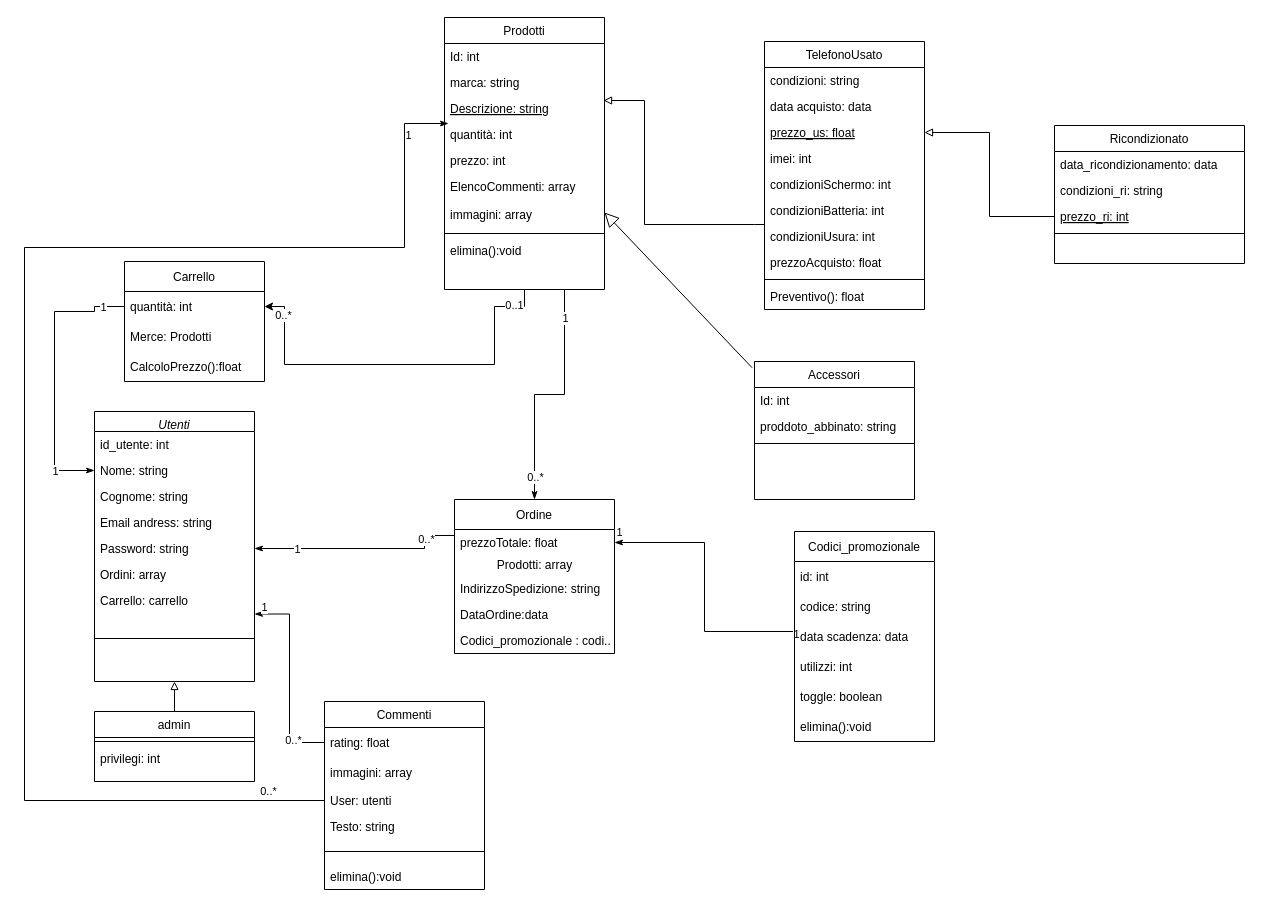
The draw.io diagram PearShop.drawio in doublep21/PearShop, before the edit. Source tidied: cells renumbered, new cells numbered last; positions are measured from the earlier drawing's top-left corner, leaving out a move shared by most shapes. Both pictures are drawn from the tidied source at 100%, with x=0, y=0 at pixel (24, 17).
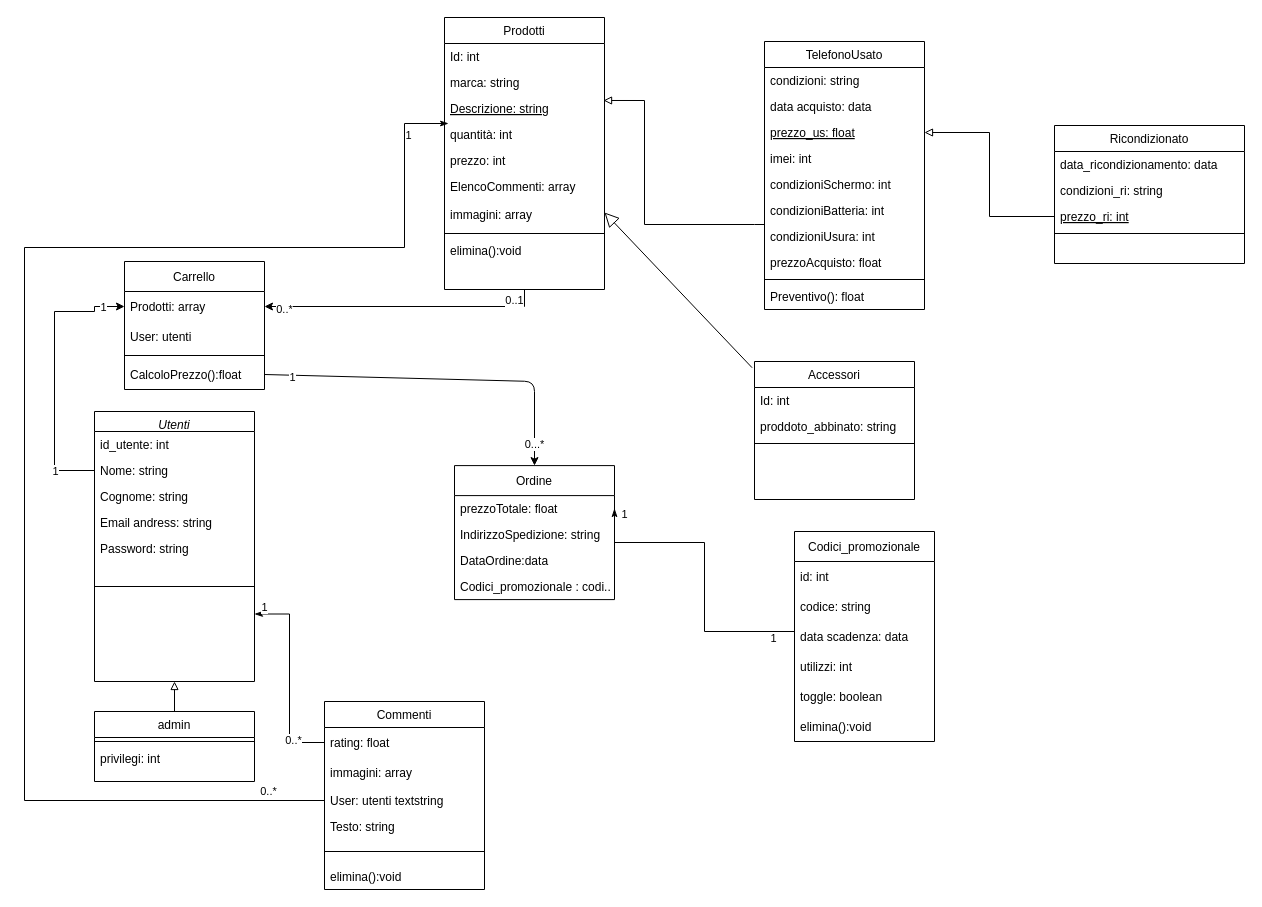
The same page after the edit.

Commit message:
correzione di alcuni collegamenti

The change refers to these unchanged cells:
```xml
<mxCell id="4" value="Prodotti" style="swimlane;fontStyle=0;align=center;verticalAlign=top;horizontal=1;startSize=26;rounded=0;shadow=0;strokeWidth=1;" parent="1" vertex="1">
  <mxGeometry x="420" width="160" height="272" as="geometry" />
</mxCell>
<mxCell id="35" value="Commenti" style="swimlane;fontStyle=0;align=center;verticalAlign=top;horizontal=1;startSize=26;rounded=0;shadow=0;strokeWidth=1;" parent="1" vertex="1">
  <mxGeometry x="300" y="684" width="160" height="188" as="geometry" />
</mxCell>
<mxCell id="46" value="Utenti" style="swimlane;fontStyle=2;align=center;verticalAlign=top;horizontal=1;startSize=20;rounded=0;shadow=0;strokeWidth=1;" parent="1" vertex="1">
  <mxGeometry x="70" y="394" width="160" height="270" as="geometry" />
</mxCell>
<mxCell id="48" value="Nome: string" style="text;align=left;verticalAlign=top;spacingLeft=4;spacingRight=4;overflow=hidden;points=[[0,0.5],[1,0.5]];portConstraint=eastwest;rounded=0;shadow=0;html=0;" parent="46" vertex="1">
  <mxGeometry y="46" width="160" height="26" as="geometry" />
</mxCell>
<mxCell id="51" value="Password: string" style="text;align=left;verticalAlign=top;spacingLeft=4;spacingRight=4;overflow=hidden;points=[[0,0.5],[1,0.5]];portConstraint=eastwest;" parent="46" vertex="1">
  <mxGeometry y="124" width="160" height="26" as="geometry" />
</mxCell>
<mxCell id="63" value="prezzoTotale: float" style="text;align=left;verticalAlign=top;spacingLeft=4;spacingRight=4;overflow=hidden;points=[[0,0.5],[1,0.5]];portConstraint=eastwest;" parent="62" vertex="1">
  <mxGeometry y="30" width="160" height="26" as="geometry" />
</mxCell>
<mxCell id="70" value="Codici_promozionale" style="swimlane;fontStyle=0;horizontal=1;startSize=30;" parent="1" vertex="1">
  <mxGeometry x="770" y="514" width="140" height="210" as="geometry" />
</mxCell>
<mxCell id="73" value="data scadenza: data" style="text;strokeColor=none;fillColor=none;align=left;verticalAlign=middle;spacingLeft=4;spacingRight=4;overflow=hidden;points=[[0,0.5],[1,0.5]];portConstraint=eastwest;" parent="70" vertex="1">
  <mxGeometry y="90" width="140" height="30" as="geometry" />
</mxCell>
```

Diff of the diagram source:
```diff
@@
-    <mxCell id="38" value="User: utenti" style="text;strokeColor=none;fillColor=none;align=left;verticalAlign=middle;spacingLeft=4;spacingRight=4;overflow=hidden;" parent="35" vertex="1">
+    <mxCell id="38" value="User: utenti textstring" style="text;strokeColor=none;fillColor=none;align=left;verticalAlign=middle;spacingLeft=4;spacingRight=4;overflow=hidden;" parent="35" vertex="1">
       <mxGeometry y="86" width="160" height="26" as="geometry" />
     </mxCell>
@@
     <mxCell id="42" value="Carrello" style="swimlane;fontStyle=0;horizontal=1;startSize=30;" parent="1" vertex="1">
-      <mxGeometry x="100" y="244" width="140" height="120" as="geometry" />
+      <mxGeometry x="100" y="244" width="140" height="128" as="geometry" />
     </mxCell>
-    <mxCell id="43" value="quantità: int" style="text;strokeColor=none;fillColor=none;align=left;verticalAlign=middle;spacingLeft=4;spacingRight=4;overflow=hidden;points=[[0,0.5],[1,0.5]];portConstraint=eastwest;" parent="42" vertex="1">
-      <mxGeometry y="30" width="140" height="30" as="geometry" />
-    </mxCell>
-    <mxCell id="44" value="Merce: Prodotti" style="text;strokeColor=none;fillColor=none;align=left;verticalAlign=middle;spacingLeft=4;spacingRight=4;overflow=hidden;" parent="42" vertex="1">
-      <mxGeometry y="60" width="140" height="30" as="geometry" />
+    <mxCell id="44" value="Prodotti: array" style="text;strokeColor=none;fillColor=none;align=left;verticalAlign=middle;spacingLeft=4;spacingRight=4;overflow=hidden;" parent="42" vertex="1">
+      <mxGeometry y="30" width="140" height="30" as="geometry" />
     </mxCell>
+    <mxCell id="90" value="User: utenti" style="text;strokeColor=none;fillColor=none;align=left;verticalAlign=middle;spacingLeft=4;spacingRight=4;overflow=hidden;" parent="42" vertex="1">
+      <mxGeometry y="60" width="140" height="30" as="geometry" />
+    </mxCell>
+    <mxCell id="91" style="line;html=1;strokeWidth=1;align=left;verticalAlign=middle;spacingTop=-1;spacingLeft=3;spacingRight=3;labelPosition=right;" parent="42" vertex="1">
+      <mxGeometry y="90" width="140" height="8" as="geometry" />
+    </mxCell>
     <mxCell id="45" value="CalcoloPrezzo():float" style="text;strokeColor=none;fillColor=none;align=left;verticalAlign=middle;spacingLeft=4;spacingRight=4;overflow=hidden;points=[[0,0.5],[1,0.5]];portConstraint=eastwest;" parent="42" vertex="1">
-      <mxGeometry y="90" width="140" height="30" as="geometry" />
+      <mxGeometry y="98" width="140" height="30" as="geometry" />
     </mxCell>
@@
-    <mxCell id="52" value="Ordini: array" style="text;align=left;verticalAlign=top;spacingLeft=4;spacingRight=4;overflow=hidden;" parent="46" vertex="1">
-      <mxGeometry y="150" width="160" height="26" as="geometry" />
-    </mxCell>
-    <mxCell id="53" value="Carrello: carrello" style="text;align=left;verticalAlign=top;spacingLeft=4;spacingRight=4;overflow=hidden;" parent="46" vertex="1">
-      <mxGeometry y="176" width="160" height="26" as="geometry" />
-    </mxCell>
     <mxCell id="54" style="line;html=1;strokeWidth=1;align=left;verticalAlign=middle;spacingTop=-1;spacingLeft=3;spacingRight=3;labelPosition=right;" parent="46" vertex="1">
-      <mxGeometry y="202" width="160" height="50" as="geometry" />
+      <mxGeometry y="150" width="160" height="50" as="geometry" />
     </mxCell>
@@
-    <mxCell id="59" style="edgeStyle=orthogonalEdgeStyle;rounded=0;jettySize=auto;html=1;entryX=0.75;entryY=1;entryDx=0;entryDy=0;endArrow=none;endFill=0;startArrow=classicThin;startFill=1;" parent="1" edge="1" source="62" target="4">
-      <mxGeometry relative="1" as="geometry" />
-    </mxCell>
-    <mxCell id="60" value="0..*" style="edgeLabel;html=1;align=center;verticalAlign=middle;" parent="59" vertex="1">
-      <mxGeometry x="-0.81" relative="1" as="geometry" />
-    </mxCell>
-    <mxCell id="61" value="1" style="edgeLabel;html=1;align=center;verticalAlign=middle;" parent="59" vertex="1">
-      <mxGeometry x="0.77" relative="1" as="geometry" />
-    </mxCell>
     <mxCell id="62" value="Ordine" style="swimlane;fontStyle=0;horizontal=1;startSize=30;" parent="1" vertex="1">
-      <mxGeometry x="430" y="482" width="160" height="154" as="geometry" />
+      <mxGeometry x="430" y="448.1" width="160" height="134" as="geometry" />
     </mxCell>
@@
-    <mxCell id="64" value="Prodotti: array" style="text;html=1;align=center;verticalAlign=middle;strokeColor=none;fillColor=none;" parent="62" vertex="1">
-      <mxGeometry y="56" width="160" height="20" as="geometry" />
-    </mxCell>
     <mxCell id="65" value="IndirizzoSpedizione: string" style="text;align=left;verticalAlign=top;spacingLeft=4;spacingRight=4;overflow=hidden;" parent="62" vertex="1">
-      <mxGeometry y="76" width="160" height="26" as="geometry" />
+      <mxGeometry y="56" width="160" height="26" as="geometry" />
     </mxCell>
     <mxCell id="66" value="DataOrdine:data" style="text;align=left;verticalAlign=top;spacingLeft=4;spacingRight=4;overflow=hidden;" parent="62" vertex="1">
-      <mxGeometry y="102" width="160" height="26" as="geometry" />
+      <mxGeometry y="82" width="160" height="26" as="geometry" />
     </mxCell>
     <mxCell id="67" value="Codici_promozionale : codi..&#10;" style="text;align=left;verticalAlign=top;spacingLeft=4;spacingRight=4;overflow=hidden;" parent="62" vertex="1">
-      <mxGeometry y="128" width="160" height="26" as="geometry" />
+      <mxGeometry y="108" width="160" height="26" as="geometry" />
     </mxCell>
-    <mxCell id="68" value="1" style="edgeStyle=orthogonalEdgeStyle;rounded=0;jettySize=auto;html=1;entryX=1;entryY=0.5;entryDx=0;entryDy=0;endArrow=classicThin;endFill=1;" parent="1" edge="1" source="70" target="63">
+    <mxCell id="68" value="1" style="edgeStyle=orthogonalEdgeStyle;rounded=0;jettySize=auto;html=1;entryX=1;entryY=0.5;entryDx=0;entryDy=0;endArrow=classicThin;endFill=1;exitX=0;exitY=0.5;exitDx=0;exitDy=0;" parent="1" edge="1" source="73" target="63">
       <mxGeometry x="0.96" y="-10" relative="1" as="geometry">
         <Array as="points">
+          <mxPoint x="770" y="614" />
           <mxPoint x="680" y="614" />
           <mxPoint x="680" y="525" />
+          <mxPoint x="590" y="525" />
         </Array>
       </mxGeometry>
     </mxCell>
     <mxCell id="69" value="1" style="edgeLabel;html=1;align=center;verticalAlign=middle;" parent="68" vertex="1">
       <mxGeometry x="-0.82" y="2" relative="1" as="geometry">
-        <mxPoint x="25" as="offset" />
+        <mxPoint x="1" y="4" as="offset" />
       </mxGeometry>
     </mxCell>
@@
-    <mxCell id="77" value="0..1" style="edgeStyle=orthogonalEdgeStyle;rounded=0;jettySize=auto;html=1;exitX=1;exitY=0.5;exitDx=0;exitDy=0;entryX=0.5;entryY=1;entryDx=0;entryDy=0;endArrow=none;endFill=0;startArrow=classic;startFill=1;" parent="1" edge="1" source="43" target="4">
+    <mxCell id="77" value="0..1" style="edgeStyle=orthogonalEdgeStyle;rounded=0;jettySize=auto;html=1;exitX=1;exitY=0.5;exitDx=0;exitDy=0;entryX=0.5;entryY=1;entryDx=0;entryDy=0;endArrow=none;endFill=0;startArrow=classic;startFill=1;" parent="1" edge="1" target="4">
       <mxGeometry x="0.92" y="10" relative="1" as="geometry">
+        <mxPoint x="240" y="289" as="sourcePoint" />
         <Array as="points">
-          <mxPoint x="260" y="289" />
-          <mxPoint x="260" y="347" />
-          <mxPoint x="470" y="347" />
-          <mxPoint x="470" y="289" />
           <mxPoint x="500" y="289" />
         </Array>
       </mxGeometry>
     </mxCell>
@@
-    <mxCell id="79" style="edgeStyle=orthogonalEdgeStyle;rounded=0;jettySize=auto;html=1;exitX=0;exitY=0.5;exitDx=0;exitDy=0;entryX=0;entryY=0.5;entryDx=0;entryDy=0;endArrow=classicThin;endFill=1;startArrow=none;startFill=0;" parent="1" edge="1" source="43" target="48">
+    <mxCell id="79" style="edgeStyle=orthogonalEdgeStyle;rounded=0;jettySize=auto;html=1;exitX=0;exitY=0.5;exitDx=0;exitDy=0;entryX=0;entryY=0.5;entryDx=0;entryDy=0;endArrow=none;endFill=0;startArrow=classic;startFill=1;" parent="1" edge="1" target="48">
       <mxGeometry relative="1" as="geometry">
+        <mxPoint x="100" y="289" as="sourcePoint" />
         <Array as="points">
           <mxPoint x="70" y="289" />
           <mxPoint x="70" y="294" />
           <mxPoint x="30" y="294" />
           <mxPoint x="30" y="453" />
         </Array>
       </mxGeometry>
     </mxCell>
@@
-    <mxCell id="82" style="edgeStyle=orthogonalEdgeStyle;rounded=0;jettySize=auto;html=1;exitX=0;exitY=0.5;exitDx=0;exitDy=0;entryX=1;entryY=0.5;entryDx=0;entryDy=0;endArrow=classicThin;endFill=1;startArrow=none;startFill=0;" parent="1" edge="1" target="51">
-      <mxGeometry relative="1" as="geometry">
-        <mxPoint x="430" y="518" as="sourcePoint" />
-        <Array as="points">
-          <mxPoint x="400" y="518" />
-          <mxPoint x="400" y="531" />
-        </Array>
-      </mxGeometry>
-    </mxCell>
-    <mxCell id="83" value="1" style="edgeLabel;html=1;align=center;verticalAlign=middle;" parent="82" vertex="1">
-      <mxGeometry x="0.61" relative="1" as="geometry" />
-    </mxCell>
-    <mxCell id="84" value="0..*" style="edgeLabel;html=1;align=center;verticalAlign=middle;" parent="82" vertex="1">
-      <mxGeometry x="-0.69" y="1" relative="1" as="geometry" />
-    </mxCell>
@@
+    <mxCell id="92" style="edgeStyle=none;html=1;exitX=1;exitY=0.5;exitDx=0;exitDy=0;entryX=0.5;entryY=0;entryDx=0;entryDy=0;" parent="1" edge="1" source="45" target="62">
+      <mxGeometry relative="1" as="geometry">
+        <Array as="points">
+          <mxPoint x="510" y="364" />
+        </Array>
+      </mxGeometry>
+    </mxCell>
+    <mxCell id="93" value="1" style="edgeLabel;html=1;align=center;verticalAlign=middle;" parent="92" vertex="1">
+      <mxGeometry x="-0.84" y="-2" relative="1" as="geometry" />
+    </mxCell>
+    <mxCell id="94" value="0...*" style="edgeLabel;html=1;align=center;verticalAlign=middle;" parent="92" vertex="1">
+      <mxGeometry x="0.88" y="-1" relative="1" as="geometry" />
+    </mxCell>
```
